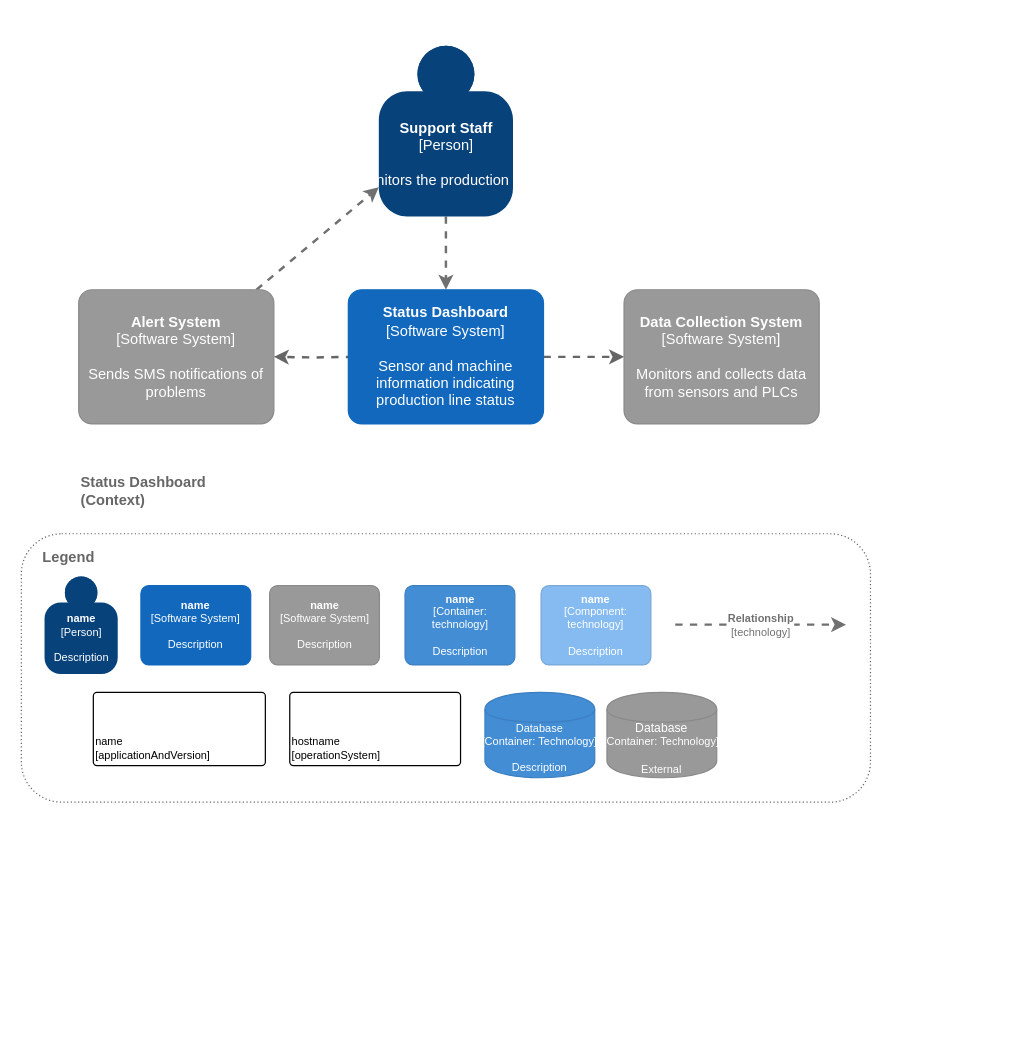
Above: page "C4 Context" (1 of 4) of c4_level_2_container_diagram_template.drawio in rraafays/2024-software_architecture_and_design_assignment_task-1 (draw.io), before the change. Source tidied: cells renumbered, new cells numbered last; positions are measured from the earlier drawing's top-left corner, leaving out a move shared by most shapes. Both pictures are drawn from the tidied source at 122%, with x=0, y=0 at pixel (21, 45).
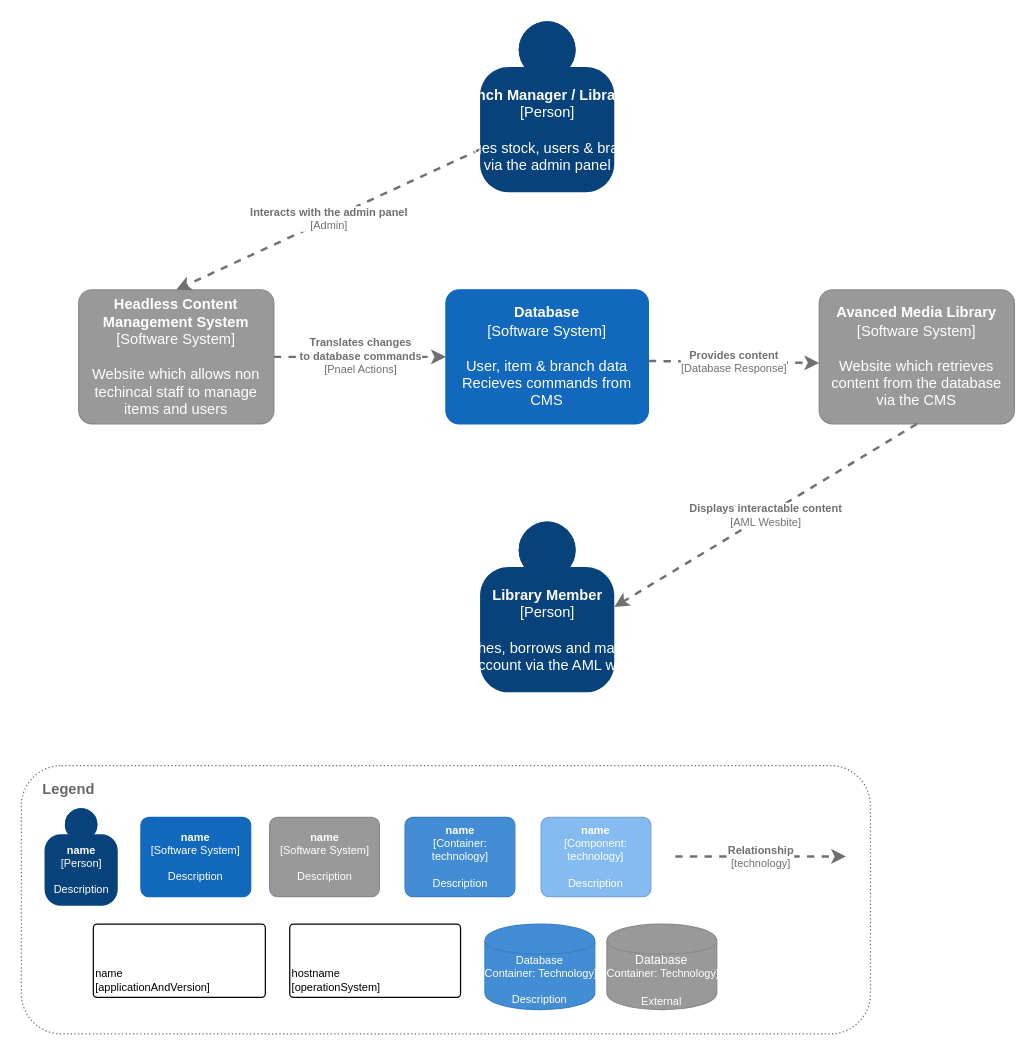
Above is the later version.

Commit message (it also covers changes not shown here):
update: rewrote level 1 n made level 2

The edit, as a diff of the source:
```diff
@@
-    <mxCell id="2" style="edgeStyle=orthogonalEdgeStyle;rounded=0;jettySize=auto;html=1;dashed=1;strokeWidth=2;fillColor=#f5f5f5;strokeColor=#666666;" parent="1" edge="1" target="8">
-      <mxGeometry relative="1" as="geometry">
-        <mxPoint x="272" y="255" as="sourcePoint" />
-      </mxGeometry>
-    </mxCell>
-    <mxCell id="3" style="edgeStyle=none;rounded=0;jettySize=auto;html=1;dashed=1;strokeColor=#666666;strokeWidth=2;fillColor=#f5f5f5;" parent="1" edge="1" source="9" target="10">
-      <mxGeometry relative="1" as="geometry" />
-    </mxCell>
-    <mxCell id="4" style="edgeStyle=none;rounded=0;jettySize=auto;html=1;dashed=1;strokeColor=#707070;strokeWidth=2;fontColor=#707070;" parent="1" edge="1" source="8" target="7">
-      <mxGeometry relative="1" as="geometry" />
-    </mxCell>
-    <mxCell id="5" value="&lt;b&gt;Status Dashboard&lt;br&gt;(Context)&lt;/b&gt;" style="text;html=1;align=left;verticalAlign=middle;fontColor=#666666;" parent="1" vertex="1">
-      <mxGeometry x="47" y="350" width="120" height="30" as="geometry" />
-    </mxCell>
-    <mxCell id="6" style="edgeStyle=none;rounded=0;jettySize=auto;html=1;dashed=1;strokeColor=#707070;strokeWidth=2;fontColor=#707070;" parent="1" edge="1" source="7" target="9">
-      <mxGeometry relative="1" as="geometry" />
-    </mxCell>
-    <object id="7" label="&lt;b&gt;%c4Name%&lt;/b&gt;&lt;div&gt;[%c4Type%]&lt;/div&gt;&lt;br&gt;&lt;div&gt;%c4Description%&lt;/div&gt;" c4Description="Monitors the production line" c4Name="Support Staff" c4Type="Person" placeholders="1">
-      <mxCell style="html=1;dashed=0;whitespace=wrap;fillColor=#08427b;strokeColor=none;fontColor=#ffffff;shape=mxgraph.c4.person;align=center;points=[[0.5,0,0],[1,0.5,0],[1,0.75,0],[0.75,1,0],[0.5,1,0],[0.25,1,0],[0,0.75,0],[0,0.5,0]];metaData={&quot;c4Type&quot;:{&quot;editable&quot;:false}};" parent="1" vertex="1">
-        <mxGeometry x="293" width="110" height="140" as="geometry" />
-      </mxCell>
-    </object>
-    <object id="8" label="&lt;b&gt;%c4Name%&lt;/b&gt;&lt;div&gt;[%c4Type%]&lt;/div&gt;&lt;br&gt;&lt;div&gt;%c4Description%&lt;/div&gt;" c4Description="Sends SMS notifications of problems" c4Name="Alert System" c4Type="Software System" placeholders="1">
+    <object id="8" label="&lt;b&gt;%c4Name%&lt;/b&gt;&lt;div&gt;[%c4Type%]&lt;/div&gt;&lt;br&gt;&lt;div&gt;%c4Description%&lt;/div&gt;" c4Description="Website which allows non techincal staff to manage items and users" c4Name="Headless Content Management System" c4Type="Software System" placeholders="1">
       <mxCell style="rounded=1;whiteSpace=wrap;html=1;labelBackgroundColor=none;fillColor=#999999;fontColor=#ffffff;align=center;arcSize=10;strokeColor=#8A8A8A;metaData={&quot;c4Type&quot;:{&quot;editable&quot;:false}};points=[[0.25,0,0],[0.5,0,0],[0.75,0,0],[1,0.25,0],[1,0.5,0],[1,0.75,0],[0.75,1,0],[0.5,1,0],[0.25,1,0],[0,0.75,0],[0,0.5,0],[0,0.25,0]];" parent="1" vertex="1">
         <mxGeometry x="47" y="200" width="160" height="110" as="geometry" />
       </mxCell>
     </object>
-    <object id="9" label="&lt;b&gt;%c4Name%&lt;/b&gt;&lt;div&gt;[%c4Type%]&lt;/div&gt;&lt;br&gt;&lt;div&gt;%c4Description%&lt;/div&gt;" c4Description="Sensor and machine information indicating production line status" c4Name="Status Dashboard" c4Type="Software System" placeholders="1">
+    <object id="9" label="&lt;b&gt;%c4Name%&lt;/b&gt;&lt;div&gt;[%c4Type%]&lt;/div&gt;&lt;br&gt;&lt;div&gt;%c4Description%&lt;/div&gt;" c4Description="User, item &amp; branch data&#10;Recieves commands from CMS" c4Name="Database" c4Type="Software System" placeholders="1">
       <mxCell style="rounded=1;whiteSpace=wrap;html=1;labelBackgroundColor=none;fillColor=#1168BD;fontColor=#ffffff;align=center;arcSize=10;strokeColor=#1168BD;metaData={&quot;c4Type&quot;:{&quot;editable&quot;:false}};points=[[0.25,0,0],[0.5,0,0],[0.75,0,0],[1,0.25,0],[1,0.5,0],[1,0.75,0],[0.75,1,0],[0.5,1,0],[0.25,1,0],[0,0.75,0],[0,0.5,0],[0,0.25,0]];" parent="1" vertex="1">
-        <mxGeometry x="268" y="200" width="160" height="110" as="geometry" />
+        <mxGeometry x="348" y="200" width="166" height="110" as="geometry" />
       </mxCell>
     </object>
-    <object id="10" label="&lt;b&gt;%c4Name%&lt;/b&gt;&lt;div&gt;[%c4Type%]&lt;/div&gt;&lt;br&gt;&lt;div&gt;%c4Description%&lt;/div&gt;" c4Description="Monitors and collects data from sensors and PLCs" c4Name="Data Collection System" c4Type="Software System" placeholders="1">
-      <mxCell style="rounded=1;whiteSpace=wrap;html=1;labelBackgroundColor=none;fillColor=#999999;fontColor=#ffffff;align=center;arcSize=10;strokeColor=#8A8A8A;metaData={&quot;c4Type&quot;:{&quot;editable&quot;:false}};points=[[0.25,0,0],[0.5,0,0],[0.75,0,0],[1,0.25,0],[1,0.5,0],[1,0.75,0],[0.75,1,0],[0.5,1,0],[0.25,1,0],[0,0.75,0],[0,0.5,0],[0,0.25,0]];" parent="1" vertex="1">
-        <mxGeometry x="494" y="200" width="160" height="110" as="geometry" />
-      </mxCell>
-    </object>
     <mxCell id="11" style="group;" parent="1" vertex="1">
-      <mxGeometry y="400" width="696" height="220" as="geometry" />
+      <mxGeometry y="590" width="696" height="220" as="geometry" />
     </mxCell>
@@
+    <object id="24" label="&lt;div style=&quot;text-align: left; font-size: 9px;&quot;&gt;&lt;div style=&quot;text-align: center; font-size: 9px;&quot;&gt;&lt;b style=&quot;font-size: 9px;&quot;&gt;%c4Description%&lt;/b&gt;&lt;/div&gt;&lt;div style=&quot;text-align: center; font-size: 9px;&quot;&gt;[%c4Technology%]&lt;/div&gt;&lt;/div&gt;" c4Description="Translates changes&#10;to database commands" c4Technology="Pnael Actions" placeholders="1">
+      <mxCell style="edgeStyle=none;rounded=0;html=1;jettySize=auto;strokeColor=#707070;strokeWidth=2;fontColor=#707070;jumpStyle=none;dashed=1;metaData={&quot;c4Type&quot;:{&quot;editable&quot;:false}};fontSize=9;exitX=1;exitY=0.5;exitDx=0;exitDy=0;exitPerimeter=0;entryX=0;entryY=0.5;entryDx=0;entryDy=0;entryPerimeter=0;" parent="1" edge="1" source="8" target="9">
+        <mxGeometry relative="1" as="geometry" />
+      </mxCell>
+    </object>
+    <object id="25" label="&lt;div style=&quot;text-align: left; font-size: 9px;&quot;&gt;&lt;div style=&quot;text-align: center; font-size: 9px;&quot;&gt;&lt;b style=&quot;font-size: 9px;&quot;&gt;%c4Description%&lt;/b&gt;&lt;/div&gt;&lt;div style=&quot;text-align: center; font-size: 9px;&quot;&gt;[%c4Technology%]&lt;/div&gt;&lt;/div&gt;" c4Description="Interacts with the admin panel" c4Technology="Admin" placeholders="1">
+      <mxCell style="edgeStyle=none;rounded=0;html=1;jettySize=auto;strokeColor=#707070;strokeWidth=2;fontColor=#707070;jumpStyle=none;dashed=1;metaData={&quot;c4Type&quot;:{&quot;editable&quot;:false}};fontSize=9;exitX=0;exitY=0.75;exitDx=0;exitDy=0;exitPerimeter=0;entryX=0.5;entryY=0;entryDx=0;entryDy=0;entryPerimeter=0;" parent="1" edge="1" source="7" target="8">
+        <mxGeometry relative="1" as="geometry" />
+      </mxCell>
+    </object>
+    <object id="10" label="&lt;b&gt;%c4Name%&lt;/b&gt;&lt;div&gt;[%c4Type%]&lt;/div&gt;&lt;br&gt;&lt;div&gt;%c4Description%&lt;/div&gt;" c4Description="Website which retrieves content from the database via the CMS" c4Name="Avanced Media Library" c4Type="Software System" placeholders="1">
+      <mxCell style="rounded=1;whiteSpace=wrap;html=1;labelBackgroundColor=none;fillColor=#999999;fontColor=#ffffff;align=center;arcSize=10;strokeColor=#8A8A8A;metaData={&quot;c4Type&quot;:{&quot;editable&quot;:false}};points=[[0.25,0,0],[0.5,0,0],[0.75,0,0],[1,0.25,0],[1,0.5,0],[1,0.75,0],[0.75,1,0],[0.5,1,0],[0.25,1,0],[0,0.75,0],[0,0.5,0],[0,0.25,0]];" parent="1" vertex="1">
+        <mxGeometry x="654" y="200" width="160" height="110" as="geometry" />
+      </mxCell>
+    </object>
+    <object id="26" label="&lt;div style=&quot;text-align: left; font-size: 9px;&quot;&gt;&lt;div style=&quot;text-align: center; font-size: 9px;&quot;&gt;&lt;b style=&quot;font-size: 9px;&quot;&gt;%c4Description%&lt;/b&gt;&lt;/div&gt;&lt;div style=&quot;text-align: center; font-size: 9px;&quot;&gt;[%c4Technology%]&lt;/div&gt;&lt;/div&gt;" c4Description="Provides content" c4Technology="Database Response" placeholders="1">
+      <mxCell style="edgeStyle=none;rounded=0;html=1;jettySize=auto;strokeColor=#707070;strokeWidth=2;fontColor=#707070;jumpStyle=none;dashed=1;metaData={&quot;c4Type&quot;:{&quot;editable&quot;:false}};fontSize=9;exitX=1.002;exitY=0.531;exitDx=0;exitDy=0;exitPerimeter=0;entryX=0;entryY=0.455;entryDx=0;entryDy=0;entryPerimeter=0;" parent="1" edge="1" source="9">
+        <mxGeometry relative="1" as="geometry">
+          <mxPoint x="654" y="260" as="targetPoint" />
+        </mxGeometry>
+      </mxCell>
+    </object>
+    <object id="27" label="&lt;b&gt;%c4Name%&lt;/b&gt;&lt;div&gt;[%c4Type%]&lt;/div&gt;&lt;br&gt;&lt;div&gt;%c4Description%&lt;/div&gt;" c4Description="Searches, borrows and manages &#10;own account via the AML website" c4Name="Library Member" c4Type="Person" placeholders="1">
+      <mxCell style="html=1;dashed=0;whitespace=wrap;fillColor=#08427b;strokeColor=none;fontColor=#ffffff;shape=mxgraph.c4.person;align=center;points=[[0.5,0,0],[1,0.5,0],[1,0.75,0],[0.75,1,0],[0.5,1,0],[0.25,1,0],[0,0.75,0],[0,0.5,0]];metaData={&quot;c4Type&quot;:{&quot;editable&quot;:false}};" parent="1" vertex="1">
+        <mxGeometry x="376" y="390" width="110" height="140" as="geometry" />
+      </mxCell>
+    </object>
+    <object id="28" label="&lt;div style=&quot;text-align: left; font-size: 9px;&quot;&gt;&lt;div style=&quot;text-align: center; font-size: 9px;&quot;&gt;&lt;b style=&quot;font-size: 9px;&quot;&gt;%c4Description%&lt;/b&gt;&lt;/div&gt;&lt;div style=&quot;text-align: center; font-size: 9px;&quot;&gt;[%c4Technology%]&lt;/div&gt;&lt;/div&gt;" c4Description="Displays interactable content" c4Technology="AML Wesbite" placeholders="1">
+      <mxCell style="edgeStyle=none;rounded=0;html=1;jettySize=auto;strokeColor=#707070;strokeWidth=2;fontColor=#707070;jumpStyle=none;dashed=1;metaData={&quot;c4Type&quot;:{&quot;editable&quot;:false}};fontSize=9;exitX=0.5;exitY=1;exitDx=0;exitDy=0;exitPerimeter=0;entryX=1;entryY=0.5;entryDx=0;entryDy=0;entryPerimeter=0;" parent="1" edge="1" source="10" target="27">
+        <mxGeometry relative="1" as="geometry" />
+      </mxCell>
+    </object>
+    <object id="7" label="&lt;b&gt;%c4Name%&lt;/b&gt;&lt;div&gt;[%c4Type%]&lt;/div&gt;&lt;br&gt;&lt;div&gt;%c4Description%&lt;/div&gt;" c4Description="Manages stock, users &amp; branches&#10;via the admin panel" c4Name="Branch Manager / Librarian" c4Type="Person" placeholders="1">
+      <mxCell style="html=1;dashed=0;whitespace=wrap;fillColor=#08427b;strokeColor=none;fontColor=#ffffff;shape=mxgraph.c4.person;align=center;points=[[0.5,0,0],[1,0.5,0],[1,0.75,0],[0.75,1,0],[0.5,1,0],[0.25,1,0],[0,0.75,0],[0,0.5,0]];metaData={&quot;c4Type&quot;:{&quot;editable&quot;:false}};" parent="1" vertex="1">
+        <mxGeometry x="376" y="-20" width="110" height="140" as="geometry" />
+      </mxCell>
+    </object>
```
